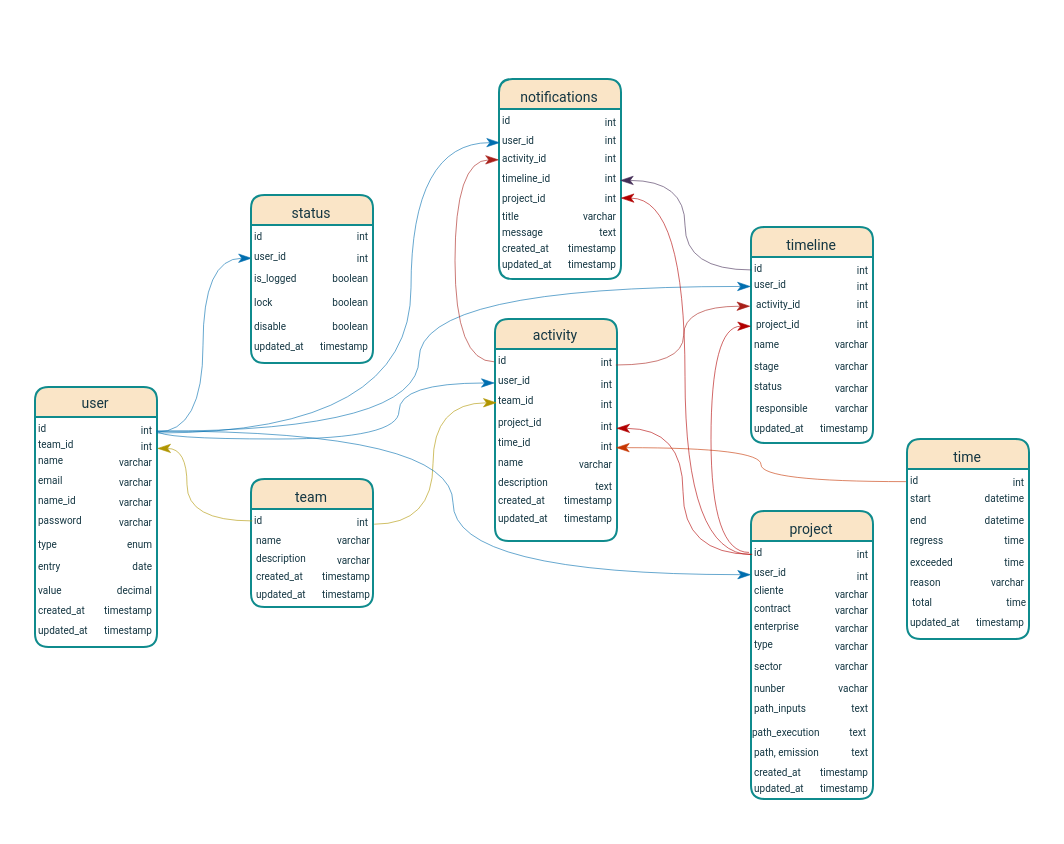
The draw.io diagram Banco Kairos.drawio in Avflux/drawio, before the edit. Source tidied: cells renumbered, new cells numbered last; positions are measured from the earlier drawing's top-left corner, leaving out a move shared by most shapes. Both pictures are drawn from the tidied source at 200%, with x=0, y=0 at pixel (34, 78).
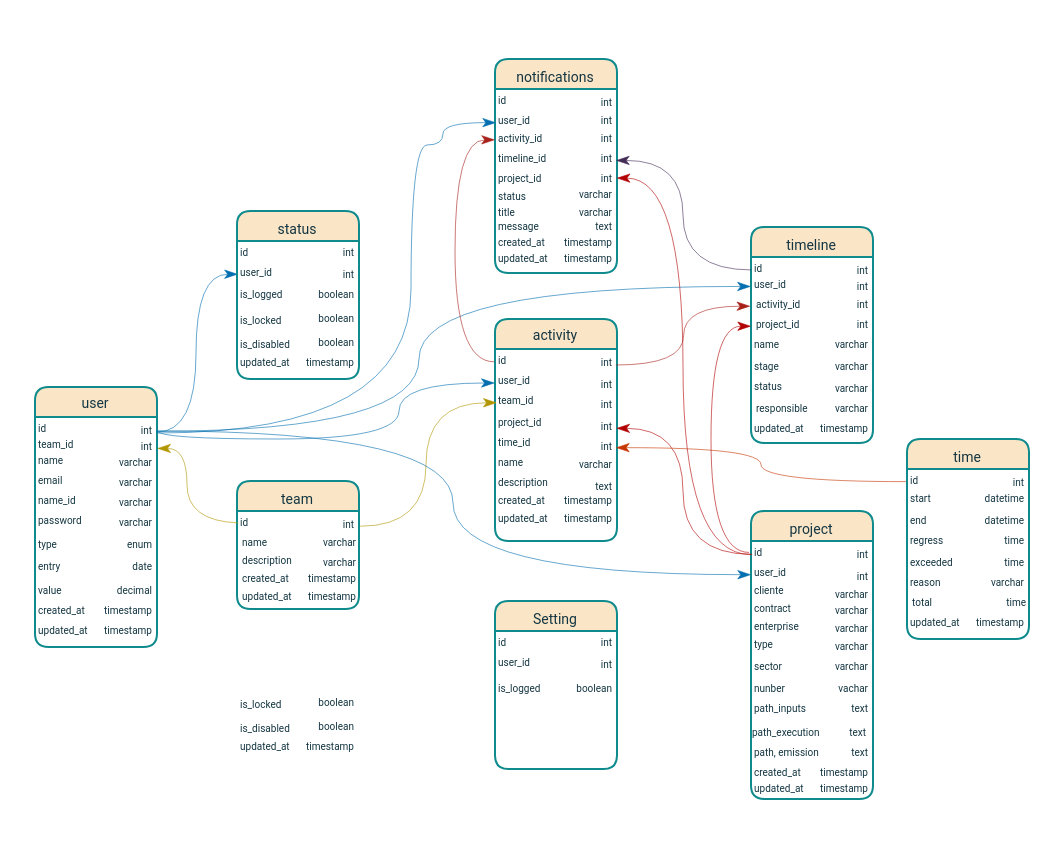
The same page after the edit.

The change refers to these unchanged cells:
```xml
<mxCell id="4" value="&lt;font face=&quot;Roboto&quot;&gt;&lt;span style=&quot;font-size: 5px;&quot;&gt;int&lt;/span&gt;&lt;/font&gt;" style="text;html=1;align=right;verticalAlign=middle;points=[];strokeColor=none;fillColor=none;fontFamily=Architects Daughter;labelBackgroundColor=none;fontColor=#143642;" parent="2" vertex="1">
  <mxGeometry x="40" y="5" width="20" height="30" as="geometry" />
</mxCell>
<mxCell id="129" value="&lt;font face=&quot;Roboto&quot; style=&quot;font-size: 5px;&quot;&gt;user_id&lt;/font&gt;" style="text;html=1;align=left;verticalAlign=middle;points=[];strokeColor=none;fillColor=none;fontFamily=Architects Daughter;labelBackgroundColor=none;fontColor=#143642;" parent="127" vertex="1">
  <mxGeometry y="17" width="34" height="26" as="geometry" />
</mxCell>
```

The edit, as a diff of the source:
```diff
@@
     <mxCell id="25" value="&lt;p&gt;&lt;font face=&quot;Roboto&quot;&gt;&lt;span style=&quot;font-size: 7px; font-weight: 400;&quot;&gt;team&lt;/span&gt;&lt;/font&gt;&lt;/p&gt;" style="swimlane;whiteSpace=wrap;html=1;hachureGap=4;fontFamily=Architects Daughter;startSize=15;strokeWidth=1;swimlaneLine=1;glass=0;rounded=1;shadow=0;align=center;labelBackgroundColor=none;fillColor=#FAE5C7;strokeColor=#0F8B8D;fontColor=#143642;" parent="1" vertex="1">
-      <mxGeometry x="108" y="200" width="61" height="64" as="geometry" />
+      <mxGeometry x="101" y="201" width="61" height="64" as="geometry" />
     </mxCell>
@@
     <mxCell id="127" value="&lt;p&gt;&lt;font face=&quot;Roboto&quot;&gt;&lt;span style=&quot;font-size: 7px; font-weight: 400;&quot;&gt;notifications&lt;/span&gt;&lt;/font&gt;&lt;/p&gt;" style="swimlane;whiteSpace=wrap;html=1;hachureGap=4;fontFamily=Architects Daughter;startSize=15;strokeWidth=1;swimlaneLine=1;glass=0;rounded=1;shadow=0;align=center;labelBackgroundColor=none;fillColor=#FAE5C7;strokeColor=#0F8B8D;fontColor=#143642;" parent="1" vertex="1">
-      <mxGeometry x="232" width="61" height="100" as="geometry" />
+      <mxGeometry x="230" y="-10" width="61" height="107" as="geometry" />
     </mxCell>
@@
-    <mxCell id="138" value="&lt;font face=&quot;Roboto&quot;&gt;&lt;span style=&quot;font-size: 5px;&quot;&gt;title&lt;/span&gt;&lt;/font&gt;" style="text;html=1;align=left;verticalAlign=middle;strokeColor=none;fillColor=none;fontFamily=Architects Daughter;labelBackgroundColor=none;fontColor=#143642;" parent="127" vertex="1">
-      <mxGeometry y="53" width="28" height="28" as="geometry" />
-    </mxCell>
-    <mxCell id="139" value="&lt;font face=&quot;Roboto&quot;&gt;&lt;span style=&quot;font-size: 5px;&quot;&gt;varchar&lt;/span&gt;&lt;/font&gt;" style="text;html=1;align=right;verticalAlign=middle;strokeColor=none;fillColor=none;fontFamily=Architects Daughter;labelBackgroundColor=none;fontColor=#143642;" parent="127" vertex="1">
-      <mxGeometry x="20" y="52" width="40" height="30" as="geometry" />
-    </mxCell>
+    <mxCell id="164" value="&lt;font face=&quot;Roboto&quot;&gt;&lt;span style=&quot;font-size: 5px;&quot;&gt;varchar&lt;/span&gt;&lt;/font&gt;" style="text;html=1;align=right;verticalAlign=middle;strokeColor=none;fillColor=none;fontFamily=Architects Daughter;labelBackgroundColor=none;fontColor=#143642;" parent="127" vertex="1">
+      <mxGeometry x="20" y="51" width="40" height="30" as="geometry" />
+    </mxCell>
+    <mxCell id="165" value="&lt;font face=&quot;Roboto&quot;&gt;&lt;span style=&quot;font-size: 5px;&quot;&gt;status&lt;/span&gt;&lt;/font&gt;" style="text;html=1;align=left;verticalAlign=middle;strokeColor=none;fillColor=none;fontFamily=Architects Daughter;labelBackgroundColor=none;fontColor=#143642;" parent="127" vertex="1">
+      <mxGeometry y="53" width="29" height="27" as="geometry" />
+    </mxCell>
     <mxCell id="140" value="&lt;font face=&quot;Roboto&quot;&gt;&lt;span style=&quot;font-size: 5px;&quot;&gt;message&lt;/span&gt;&lt;/font&gt;" style="text;html=1;align=left;verticalAlign=middle;strokeColor=none;fillColor=none;fontFamily=Architects Daughter;labelBackgroundColor=none;fontColor=#143642;" parent="127" vertex="1">
-      <mxGeometry y="61" width="36" height="28" as="geometry" />
+      <mxGeometry y="68" width="36" height="28" as="geometry" />
     </mxCell>
     <mxCell id="141" value="&lt;font face=&quot;Roboto&quot;&gt;&lt;span style=&quot;font-size: 5px;&quot;&gt;text&lt;/span&gt;&lt;/font&gt;" style="text;html=1;align=right;verticalAlign=middle;strokeColor=none;fillColor=none;fontFamily=Architects Daughter;labelBackgroundColor=none;fontColor=#143642;" parent="127" vertex="1">
-      <mxGeometry x="32" y="61" width="28" height="28" as="geometry" />
+      <mxGeometry x="32" y="68" width="28" height="28" as="geometry" />
     </mxCell>
     <mxCell id="142" value="&lt;font face=&quot;Roboto&quot;&gt;&lt;span style=&quot;font-size: 5px;&quot;&gt;created_at&lt;/span&gt;&lt;/font&gt;" style="text;html=1;align=left;verticalAlign=middle;strokeColor=none;fillColor=none;fontFamily=Architects Daughter;labelBackgroundColor=none;fontColor=#143642;" parent="127" vertex="1">
-      <mxGeometry y="69" width="41" height="27" as="geometry" />
+      <mxGeometry y="76" width="41" height="27" as="geometry" />
     </mxCell>
     <mxCell id="143" value="&lt;font face=&quot;Roboto&quot;&gt;&lt;span style=&quot;font-size: 5px;&quot;&gt;timestamp&lt;/span&gt;&lt;/font&gt;" style="text;html=1;align=right;verticalAlign=middle;strokeColor=none;fillColor=none;fontFamily=Architects Daughter;labelBackgroundColor=none;fontColor=#143642;" parent="127" vertex="1">
-      <mxGeometry x="18" y="69" width="42" height="27" as="geometry" />
+      <mxGeometry x="18" y="76" width="42" height="27" as="geometry" />
     </mxCell>
     <mxCell id="144" value="&lt;font face=&quot;Roboto&quot;&gt;&lt;span style=&quot;font-size: 5px;&quot;&gt;updated_at&lt;/span&gt;&lt;/font&gt;" style="text;html=1;align=left;verticalAlign=middle;strokeColor=none;fillColor=none;fontFamily=Architects Daughter;labelBackgroundColor=none;fontColor=#143642;" parent="127" vertex="1">
-      <mxGeometry y="77" width="43" height="27" as="geometry" />
+      <mxGeometry y="84" width="43" height="27" as="geometry" />
     </mxCell>
     <mxCell id="145" value="&lt;font face=&quot;Roboto&quot;&gt;&lt;span style=&quot;font-size: 5px;&quot;&gt;timestamp&lt;/span&gt;&lt;/font&gt;" style="text;html=1;align=right;verticalAlign=middle;strokeColor=none;fillColor=none;fontFamily=Architects Daughter;labelBackgroundColor=none;fontColor=#143642;" parent="127" vertex="1">
-      <mxGeometry x="18" y="77" width="42" height="27" as="geometry" />
+      <mxGeometry x="18" y="84" width="42" height="27" as="geometry" />
     </mxCell>
+    <mxCell id="139" value="&lt;font face=&quot;Roboto&quot;&gt;&lt;span style=&quot;font-size: 5px;&quot;&gt;varchar&lt;/span&gt;&lt;/font&gt;" style="text;html=1;align=right;verticalAlign=middle;strokeColor=none;fillColor=none;fontFamily=Architects Daughter;labelBackgroundColor=none;fontColor=#143642;" parent="127" vertex="1">
+      <mxGeometry x="20" y="60" width="40" height="30" as="geometry" />
+    </mxCell>
+    <mxCell id="138" value="&lt;font face=&quot;Roboto&quot;&gt;&lt;span style=&quot;font-size: 5px;&quot;&gt;title&lt;/span&gt;&lt;/font&gt;" style="text;html=1;align=left;verticalAlign=middle;strokeColor=none;fillColor=none;fontFamily=Architects Daughter;labelBackgroundColor=none;fontColor=#143642;" parent="127" vertex="1">
+      <mxGeometry y="61" width="28" height="28" as="geometry" />
+    </mxCell>
@@
     <mxCell id="148" style="edgeStyle=orthogonalEdgeStyle;rounded=0;hachureGap=4;jettySize=auto;html=1;fontFamily=Architects Daughter;curved=1;endArrow=classicThin;endFill=1;strokeWidth=0.3;exitX=1.06;exitY=0.6;exitDx=0;exitDy=0;exitPerimeter=0;entryX=0.015;entryY=0.57;entryDx=0;entryDy=0;entryPerimeter=0;labelBackgroundColor=none;fontColor=default;strokeColor=light-dark(#006EAF,#050FFF);" parent="1" edge="1" source="4" target="129">
       <mxGeometry relative="1" as="geometry">
         <Array as="points">
           <mxPoint x="188" y="177" />
-          <mxPoint x="188" y="32" />
+          <mxPoint x="188" y="33" />
+          <mxPoint x="204" y="33" />
+          <mxPoint x="204" y="22" />
         </Array>
       </mxGeometry>
     </mxCell>
@@
     <mxCell id="151" value="&lt;p&gt;&lt;font face=&quot;Roboto&quot;&gt;&lt;span style=&quot;font-size: 7px; font-weight: 400;&quot;&gt;status&lt;/span&gt;&lt;/font&gt;&lt;/p&gt;" style="swimlane;whiteSpace=wrap;html=1;hachureGap=4;fontFamily=Architects Daughter;startSize=15;strokeWidth=1;swimlaneLine=1;glass=0;rounded=1;shadow=0;align=center;labelBackgroundColor=none;fillColor=#FAE5C7;strokeColor=#0F8B8D;fontColor=#143642;" parent="1" vertex="1">
-      <mxGeometry x="108" y="58" width="61" height="84" as="geometry" />
+      <mxGeometry x="101" y="66" width="61" height="84" as="geometry" />
     </mxCell>
@@
-    <mxCell id="158" value="&lt;font face=&quot;Roboto&quot;&gt;&lt;span style=&quot;font-size: 5px;&quot;&gt;lock&lt;/span&gt;&lt;/font&gt;" style="text;html=1;align=left;verticalAlign=middle;strokeColor=none;fillColor=none;fontFamily=Architects Daughter;labelBackgroundColor=none;fontColor=#143642;" parent="151" vertex="1">
-      <mxGeometry y="38" width="28" height="28" as="geometry" />
+    <mxCell id="158" value="&lt;font face=&quot;Roboto&quot;&gt;&lt;span style=&quot;font-size: 5px;&quot;&gt;is_locked&lt;/span&gt;&lt;/font&gt;" style="text;html=1;align=left;verticalAlign=middle;strokeColor=none;fillColor=none;fontFamily=Architects Daughter;labelBackgroundColor=none;fontColor=#143642;" parent="151" vertex="1">
+      <mxGeometry y="39" width="37" height="27" as="geometry" />
     </mxCell>
@@
-    <mxCell id="160" value="&lt;font face=&quot;Roboto&quot;&gt;&lt;span style=&quot;font-size: 5px;&quot;&gt;disable&lt;/span&gt;&lt;/font&gt;" style="text;html=1;align=left;verticalAlign=middle;strokeColor=none;fillColor=none;fontFamily=Architects Daughter;labelBackgroundColor=none;fontColor=#143642;" parent="151" vertex="1">
-      <mxGeometry y="50" width="34" height="28" as="geometry" />
+    <mxCell id="160" value="&lt;font face=&quot;Roboto&quot;&gt;&lt;span style=&quot;font-size: 5px;&quot;&gt;is_disabled&lt;/span&gt;&lt;/font&gt;" style="text;html=1;align=left;verticalAlign=middle;strokeColor=none;fillColor=none;fontFamily=Architects Daughter;labelBackgroundColor=none;fontColor=#143642;" parent="151" vertex="1">
+      <mxGeometry y="51" width="41" height="27" as="geometry" />
     </mxCell>
@@
+    <mxCell id="166" value="&lt;p&gt;&lt;font face=&quot;Roboto&quot;&gt;&lt;span style=&quot;font-size: 7px; font-weight: 400;&quot;&gt;Setting&lt;/span&gt;&lt;/font&gt;&lt;/p&gt;" style="swimlane;whiteSpace=wrap;html=1;hachureGap=4;fontFamily=Architects Daughter;startSize=15;strokeWidth=1;swimlaneLine=1;glass=0;rounded=1;shadow=0;align=center;labelBackgroundColor=none;fillColor=#FAE5C7;strokeColor=#0F8B8D;fontColor=#143642;" parent="1" vertex="1">
+      <mxGeometry x="230" y="261" width="61" height="84" as="geometry" />
+    </mxCell>
+    <mxCell id="167" value="&lt;font face=&quot;Roboto&quot; style=&quot;font-size: 5px;&quot;&gt;id&lt;/font&gt;" style="text;html=1;align=left;verticalAlign=middle;strokeColor=none;fillColor=none;fontFamily=Architects Daughter;labelBackgroundColor=none;fontColor=#143642;" parent="166" vertex="1">
+      <mxGeometry y="5" width="20" height="30" as="geometry" />
+    </mxCell>
+    <mxCell id="168" value="&lt;font face=&quot;Roboto&quot; style=&quot;font-size: 5px;&quot;&gt;user_id&lt;/font&gt;" style="text;html=1;align=left;verticalAlign=middle;strokeColor=none;fillColor=none;fontFamily=Architects Daughter;labelBackgroundColor=none;fontColor=#143642;" parent="166" vertex="1">
+      <mxGeometry y="17" width="34" height="26" as="geometry" />
+    </mxCell>
+    <mxCell id="169" value="&lt;font face=&quot;Roboto&quot;&gt;&lt;span style=&quot;font-size: 5px;&quot;&gt;int&lt;/span&gt;&lt;/font&gt;" style="text;html=1;align=right;verticalAlign=middle;strokeColor=none;fillColor=none;fontFamily=Architects Daughter;labelBackgroundColor=none;fontColor=#143642;" parent="166" vertex="1">
+      <mxGeometry x="36" y="16" width="24" height="27" as="geometry" />
+    </mxCell>
+    <mxCell id="170" value="&lt;font face=&quot;Roboto&quot;&gt;&lt;span style=&quot;font-size: 5px;&quot;&gt;int&lt;/span&gt;&lt;/font&gt;" style="text;html=1;align=right;verticalAlign=middle;strokeColor=none;fillColor=none;fontFamily=Architects Daughter;labelBackgroundColor=none;fontColor=#143642;" parent="166" vertex="1">
+      <mxGeometry x="40" y="4" width="20" height="30" as="geometry" />
+    </mxCell>
+    <mxCell id="171" value="&lt;font face=&quot;Roboto&quot;&gt;&lt;span style=&quot;font-size: 5px;&quot;&gt;is_logged&lt;/span&gt;&lt;/font&gt;" style="text;html=1;align=left;verticalAlign=middle;strokeColor=none;fillColor=none;fontFamily=Architects Daughter;labelBackgroundColor=none;fontColor=#143642;" parent="166" vertex="1">
+      <mxGeometry y="28" width="38" height="28" as="geometry" />
+    </mxCell>
+    <mxCell id="172" value="&lt;font face=&quot;Roboto&quot;&gt;&lt;span style=&quot;font-size: 5px;&quot;&gt;boolean&lt;/span&gt;&lt;/font&gt;" style="text;html=1;align=right;verticalAlign=middle;strokeColor=none;fillColor=none;fontFamily=Architects Daughter;labelBackgroundColor=none;fontColor=#143642;" parent="166" vertex="1">
+      <mxGeometry x="24" y="28" width="36" height="28" as="geometry" />
+    </mxCell>
+    <mxCell id="173" value="&lt;font face=&quot;Roboto&quot;&gt;&lt;span style=&quot;font-size: 5px;&quot;&gt;is_locked&lt;/span&gt;&lt;/font&gt;" style="text;html=1;align=left;verticalAlign=middle;strokeColor=none;fillColor=none;fontFamily=Architects Daughter;labelBackgroundColor=none;fontColor=#143642;" parent="1" vertex="1">
+      <mxGeometry x="101" y="297" width="37" height="27" as="geometry" />
+    </mxCell>
+    <mxCell id="174" value="&lt;font face=&quot;Roboto&quot;&gt;&lt;span style=&quot;font-size: 5px;&quot;&gt;boolean&lt;/span&gt;&lt;/font&gt;" style="text;html=1;align=right;verticalAlign=middle;strokeColor=none;fillColor=none;fontFamily=Architects Daughter;labelBackgroundColor=none;fontColor=#143642;" parent="1" vertex="1">
+      <mxGeometry x="125" y="296" width="36" height="28" as="geometry" />
+    </mxCell>
+    <mxCell id="175" value="&lt;font face=&quot;Roboto&quot;&gt;&lt;span style=&quot;font-size: 5px;&quot;&gt;is_disabled&lt;/span&gt;&lt;/font&gt;" style="text;html=1;align=left;verticalAlign=middle;strokeColor=none;fillColor=none;fontFamily=Architects Daughter;labelBackgroundColor=none;fontColor=#143642;" parent="1" vertex="1">
+      <mxGeometry x="101" y="309" width="41" height="27" as="geometry" />
+    </mxCell>
+    <mxCell id="176" value="&lt;font face=&quot;Roboto&quot;&gt;&lt;span style=&quot;font-size: 5px;&quot;&gt;boolean&lt;/span&gt;&lt;/font&gt;" style="text;html=1;align=right;verticalAlign=middle;strokeColor=none;fillColor=none;fontFamily=Architects Daughter;labelBackgroundColor=none;fontColor=#143642;" parent="1" vertex="1">
+      <mxGeometry x="125" y="308" width="36" height="28" as="geometry" />
+    </mxCell>
+    <mxCell id="177" value="&lt;font face=&quot;Roboto&quot;&gt;&lt;span style=&quot;font-size: 5px;&quot;&gt;timestamp&lt;/span&gt;&lt;/font&gt;" style="text;html=1;align=right;verticalAlign=middle;strokeColor=none;fillColor=none;fontFamily=Architects Daughter;labelBackgroundColor=none;fontColor=#143642;" parent="1" vertex="1">
+      <mxGeometry x="119" y="318" width="42" height="27" as="geometry" />
+    </mxCell>
+    <mxCell id="178" value="&lt;font face=&quot;Roboto&quot;&gt;&lt;span style=&quot;font-size: 5px;&quot;&gt;updated_at&lt;/span&gt;&lt;/font&gt;" style="text;html=1;align=left;verticalAlign=middle;strokeColor=none;fillColor=none;fontFamily=Architects Daughter;labelBackgroundColor=none;fontColor=#143642;" parent="1" vertex="1">
+      <mxGeometry x="101" y="318" width="43" height="27" as="geometry" />
+    </mxCell>
```
